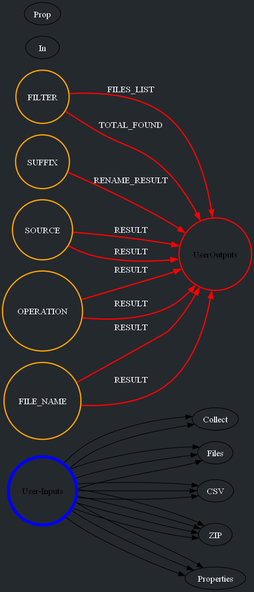
This is appContent/flow.png from Asaf-prog/stepper, a Graphviz export, as it was before one commit. Its source is kept beside it as appContent/flow.dot.
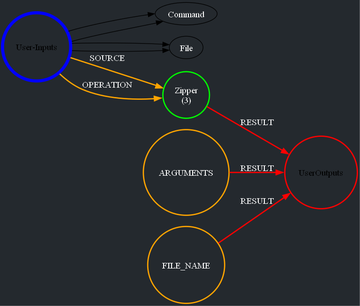
The same file after the commit.

The edit, as a diff of the source:
```diff
@@ -6,37 +6,17 @@
   user_outputs [label="User-Outputs", shape=circle, color=red, penwidth=5 ];
   node [fontcolor=white];
   edge [fontcolor=white];
-  Collect Files In Folder [label="Collect Files In Folder\n(1)", shape=circle, color=green, penwidth=2 ];
-  Files Renamer [label="Files Renamer\n(2)", shape=circle, color=green, penwidth=2 ];
-  CSV Exporter [label="CSV Exporter\n(3)", shape=circle, color=green, penwidth=2 ];
-  CSV File Dumper [label="CSV File Dumper\n(4)", shape=circle, color=green, penwidth=2 ];
-  ZIP CSV File [label="ZIP CSV File\n(5)", shape=circle, color=green, penwidth=2 ];
-  Properties Exporter [label="Properties Exporter\n(6)", shape=circle, color=green, penwidth=2 ];
-  Properties File Dumper [label="Properties File Dumper\n(7)", shape=circle, color=green, penwidth=2 ];
-  ZIP Prop File [label="ZIP Prop File\n(8)", shape=circle, color=green, penwidth=2 ];
-  user_inputs -> Collect Files In Folder [label="FOLDER_NAME", color=orange, penwidth=2 ];
-  user_inputs -> Collect Files In Folder [label="FILTER", color=orange, penwidth=2 ];
-  Collect Files In Folder -> user_outputs [label="FILES_LIST", color=red, penwidth=2 ];
-  Collect Files In Folder -> user_outputs [label="TOTAL_FOUND", color=red, penwidth=2 ];
-  user_inputs -> Files Renamer [label="FILES_TO_RENAME", color=orange, penwidth=2 ];
-  user_inputs -> Files Renamer [label="PREFIX", color=orange, penwidth=2 ];
-  user_inputs -> Files Renamer [label="SUFFIX", color=orange, penwidth=2 ];
-  Files Renamer -> user_outputs [label="RENAME_RESULT", color=red, penwidth=2 ];
-  user_inputs -> CSV Exporter [label="SOURCE", color=orange, penwidth=2 ];
-  CSV Exporter -> user_outputs [label="RESULT", color=red, penwidth=2 ];
-  user_inputs -> CSV File Dumper [label="CONTENT", color=orange, penwidth=2 ];
-  user_inputs -> CSV File Dumper [label="FILE_NAME", color=orange, penwidth=2 ];
-  CSV File Dumper -> user_outputs [label="RESULT", color=red, penwidth=2 ];
-  user_inputs -> ZIP CSV File [label="SOURCE", color=orange, penwidth=2 ];
-  user_inputs -> ZIP CSV File [label="OPERATION", color=orange, penwidth=2 ];
-  ZIP CSV File -> user_outputs [label="RESULT", color=red, penwidth=2 ];
-  user_inputs -> Properties Exporter [label="SOURCE", color=orange, penwidth=2 ];
-  Properties Exporter -> user_outputs [label="RESULT", color=red, penwidth=2 ];
-  user_inputs -> Properties File Dumper [label="CONTENT", color=orange, penwidth=2 ];
-  user_inputs -> Properties File Dumper [label="FILE_NAME", color=orange, penwidth=2 ];
-  Properties File Dumper -> user_outputs [label="RESULT", color=red, penwidth=2 ];
-  user_inputs -> ZIP Prop File [label="SOURCE", color=orange, penwidth=2 ];
-  user_inputs -> ZIP Prop File [label="OPERATION", color=orange, penwidth=2 ];
-  ZIP Prop File -> user_outputs [label="RESULT", color=red, penwidth=2 ];
+  Command Line [label="Command Line\n(1)", shape=circle, color=green, penwidth=2 ];
+  File Dumper [label="File Dumper\n(2)", shape=circle, color=green, penwidth=2 ];
+  Zipper [label="Zipper\n(3)", shape=circle, color=green, penwidth=2 ];
+  user_inputs -> Command Line [label="COMMAND", color=orange, penwidth=2 ];
+  user_inputs -> Command Line [label="ARGUMENTS", color=orange, penwidth=2 ];
+  Command Line -> user_outputs [label="RESULT", color=red, penwidth=2 ];
+  user_inputs -> File Dumper [label="CONTENT", color=orange, penwidth=2 ];
+  user_inputs -> File Dumper [label="FILE_NAME", color=orange, penwidth=2 ];
+  File Dumper -> user_outputs [label="RESULT", color=red, penwidth=2 ];
+  user_inputs -> Zipper [label="SOURCE", color=orange, penwidth=2 ];
+  user_inputs -> Zipper [label="OPERATION", color=orange, penwidth=2 ];
+  Zipper -> user_outputs [label="RESULT", color=red, penwidth=2 ];
   user_outputs [label="UserOutputs", shape=circle, color=red , penwidth=2 ];
 }
```
